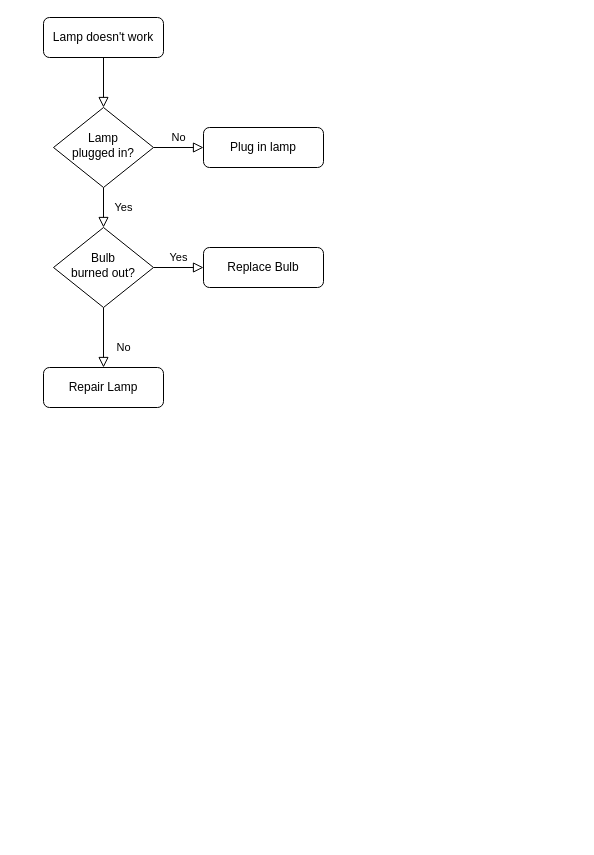
This is Process.drawio from AchaGi04/ProjectAuditor, a draw.io file, before an edit. Source tidied: cells renumbered, new cells numbered last; positions are measured from the earlier drawing's top-left corner, leaving out a move shared by most shapes. Both pictures are drawn from the tidied source at 100%, with x=0, y=0 at pixel (43, 17).
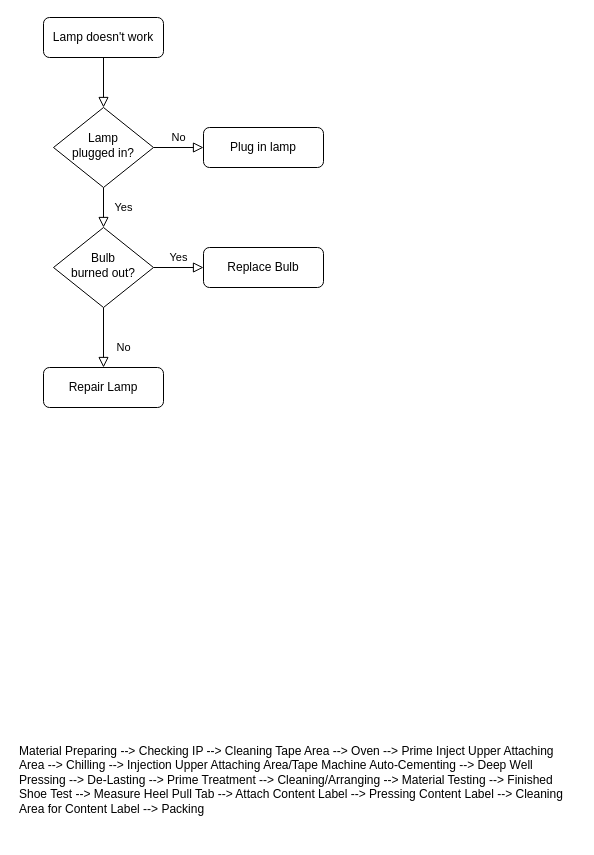
After the change.

The edit, as a diff of the source:
```diff
@@
 <mxGraphModel>
   <root>
     <mxCell id="0" />
     <mxCell id="1" parent="0" />
     <mxCell id="2" style="rounded=0;html=1;jettySize=auto;fontSize=11;endArrow=block;endFill=0;endSize=8;strokeWidth=1;shadow=0;labelBackgroundColor=none;edgeStyle=orthogonalEdgeStyle;" parent="1" edge="1" source="3" target="6">
       <mxGeometry relative="1" as="geometry" />
     </mxCell>
     <mxCell id="3" value="Lamp doesn't work" style="rounded=1;whiteSpace=wrap;html=1;fontSize=12;glass=0;strokeWidth=1;shadow=0;" parent="1" vertex="1">
       <mxGeometry width="120" height="40" as="geometry" />
     </mxCell>
     <mxCell id="4" value="Yes" style="rounded=0;html=1;jettySize=auto;fontSize=11;endArrow=block;endFill=0;endSize=8;strokeWidth=1;shadow=0;labelBackgroundColor=none;edgeStyle=orthogonalEdgeStyle;" parent="1" edge="1" source="6" target="10">
       <mxGeometry y="20" relative="1" as="geometry" />
     </mxCell>
     <mxCell id="5" value="No" style="edgeStyle=orthogonalEdgeStyle;rounded=0;html=1;jettySize=auto;fontSize=11;endArrow=block;endFill=0;endSize=8;strokeWidth=1;shadow=0;labelBackgroundColor=none;" parent="1" edge="1" source="6" target="7">
       <mxGeometry y="10" relative="1" as="geometry" />
     </mxCell>
     <mxCell id="6" value="Lamp&lt;br&gt;plugged in?" style="rhombus;whiteSpace=wrap;html=1;shadow=0;fontFamily=Helvetica;fontSize=12;align=center;strokeWidth=1;spacing=6;spacingTop=-4;" parent="1" vertex="1">
       <mxGeometry x="10" y="90" width="100" height="80" as="geometry" />
     </mxCell>
     <mxCell id="7" value="Plug in lamp" style="rounded=1;whiteSpace=wrap;html=1;fontSize=12;glass=0;strokeWidth=1;shadow=0;" parent="1" vertex="1">
       <mxGeometry x="160" y="110" width="120" height="40" as="geometry" />
     </mxCell>
     <mxCell id="8" value="No" style="rounded=0;html=1;jettySize=auto;fontSize=11;endArrow=block;endFill=0;endSize=8;strokeWidth=1;shadow=0;labelBackgroundColor=none;edgeStyle=orthogonalEdgeStyle;" parent="1" edge="1" source="10" target="11">
       <mxGeometry x="0.33" y="20" relative="1" as="geometry" />
     </mxCell>
     <mxCell id="9" value="Yes" style="edgeStyle=orthogonalEdgeStyle;rounded=0;html=1;jettySize=auto;fontSize=11;endArrow=block;endFill=0;endSize=8;strokeWidth=1;shadow=0;labelBackgroundColor=none;" parent="1" edge="1" source="10" target="12">
       <mxGeometry y="10" relative="1" as="geometry" />
     </mxCell>
     <mxCell id="10" value="Bulb&lt;br&gt;burned out?" style="rhombus;whiteSpace=wrap;html=1;shadow=0;fontFamily=Helvetica;fontSize=12;align=center;strokeWidth=1;spacing=6;spacingTop=-4;" parent="1" vertex="1">
       <mxGeometry x="10" y="210" width="100" height="80" as="geometry" />
     </mxCell>
     <mxCell id="11" value="Repair Lamp" style="rounded=1;whiteSpace=wrap;html=1;fontSize=12;glass=0;strokeWidth=1;shadow=0;" parent="1" vertex="1">
       <mxGeometry y="350" width="120" height="40" as="geometry" />
     </mxCell>
     <mxCell id="12" value="Replace Bulb" style="rounded=1;whiteSpace=wrap;html=1;fontSize=12;glass=0;strokeWidth=1;shadow=0;" parent="1" vertex="1">
       <mxGeometry x="160" y="230" width="120" height="40" as="geometry" />
     </mxCell>
+    <mxCell id="13" value="Material Preparing --&gt; Checking IP --&gt; Cleaning Tape Area --&gt; Oven --&gt; Prime Inject Upper Attaching Area --&gt; Chilling --&gt; Injection Upper Attaching Area/Tape Machine Auto-Cementing --&gt; Deep Well Pressing --&gt; De-Lasting --&gt; Prime Treatment --&gt; Cleaning/Arranging --&gt; Material Testing --&gt; Finished Shoe Test --&gt; Measure Heel Pull Tab --&gt; Attach Content Label --&gt; Pressing Content Label --&gt; Cleaning Area for Content Label --&gt; Packing" style="text;whiteSpace=wrap;html=1;" parent="1" vertex="1">
+      <mxGeometry x="-26" y="720" width="560" height="100" as="geometry" />
+    </mxCell>
   </root>
 </mxGraphModel>
```
